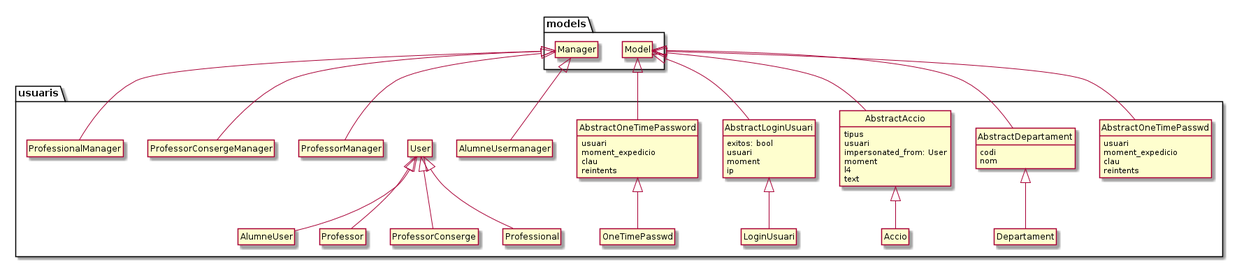
cf19juancastillo/django-aula keeps this PlantUML diagram as docs/models/models.usuaris.png. Above is the earlier version. Its diagram source:
```plantuml
@startuml
hide circle
hide empty members

package usuaris {
    class AbstractOneTimePasswd extends models.Model {
        usuari
        moment_expedicio
        clau
        reintents
    }

    class AbstractDepartament extends models.Model {
        codi
        nom
    }

    class AbstractAccio extends models.Model {
        tipus
        usuari
        impersonated_from: User
        moment
        l4
        text
    }

    class AbstractLoginUsuari extends models.Model {
        exitos: bool
        usuari
        moment
        ip
    }
    class AbstractOneTimePassword extends models.Model {
        usuari
        moment_expedicio
        clau
        reintents
    }

    class Departament extends AbstractDepartament
    class AlumneUsermanager extends models.Manager
    class AlumneUser extends User
    class ProfessorManager extends models.Manager
    class Professor extends User
    class ProfessorConsergeManager extends models.Manager
    class ProfessorConserge extends User
    class ProfessionalManager extends models.Manager
    class Professional extends User
    class Accio extends AbstractAccio
    class LoginUsuari extends AbstractLoginUsuari
    class OneTimePasswd extends AbstractOneTimePassword

}
@enduml
```
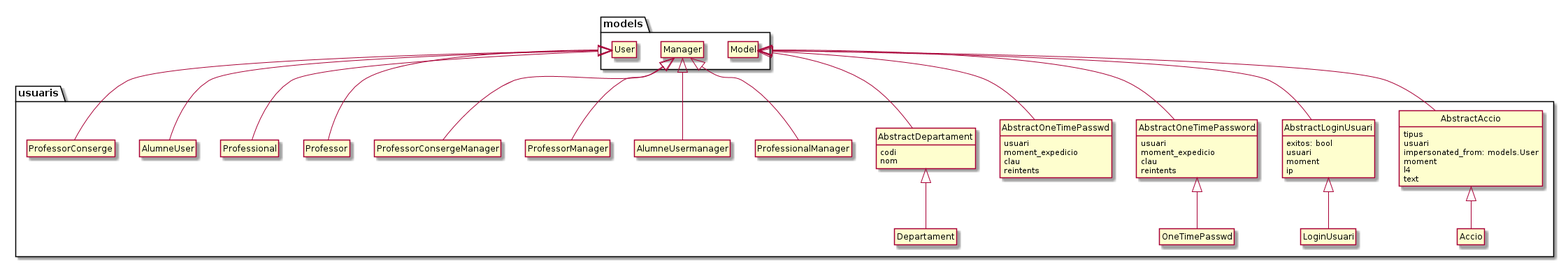
After the change.

The edit, as a diff of the source:
```diff
@@ -18,7 +18,7 @@
     class AbstractAccio extends models.Model {
         tipus
         usuari
-        impersonated_from: User
+        impersonated_from: models.User
         moment
         l4
         text
@@ -39,13 +39,13 @@
 
     class Departament extends AbstractDepartament
     class AlumneUsermanager extends models.Manager
-    class AlumneUser extends User
+    class AlumneUser extends models.User
     class ProfessorManager extends models.Manager
-    class Professor extends User
+    class Professor extends models.User
     class ProfessorConsergeManager extends models.Manager
-    class ProfessorConserge extends User
+    class ProfessorConserge extends models.User
     class ProfessionalManager extends models.Manager
-    class Professional extends User
+    class Professional extends models.User
     class Accio extends AbstractAccio
     class LoginUsuari extends AbstractLoginUsuari
     class OneTimePasswd extends AbstractOneTimePassword
```
